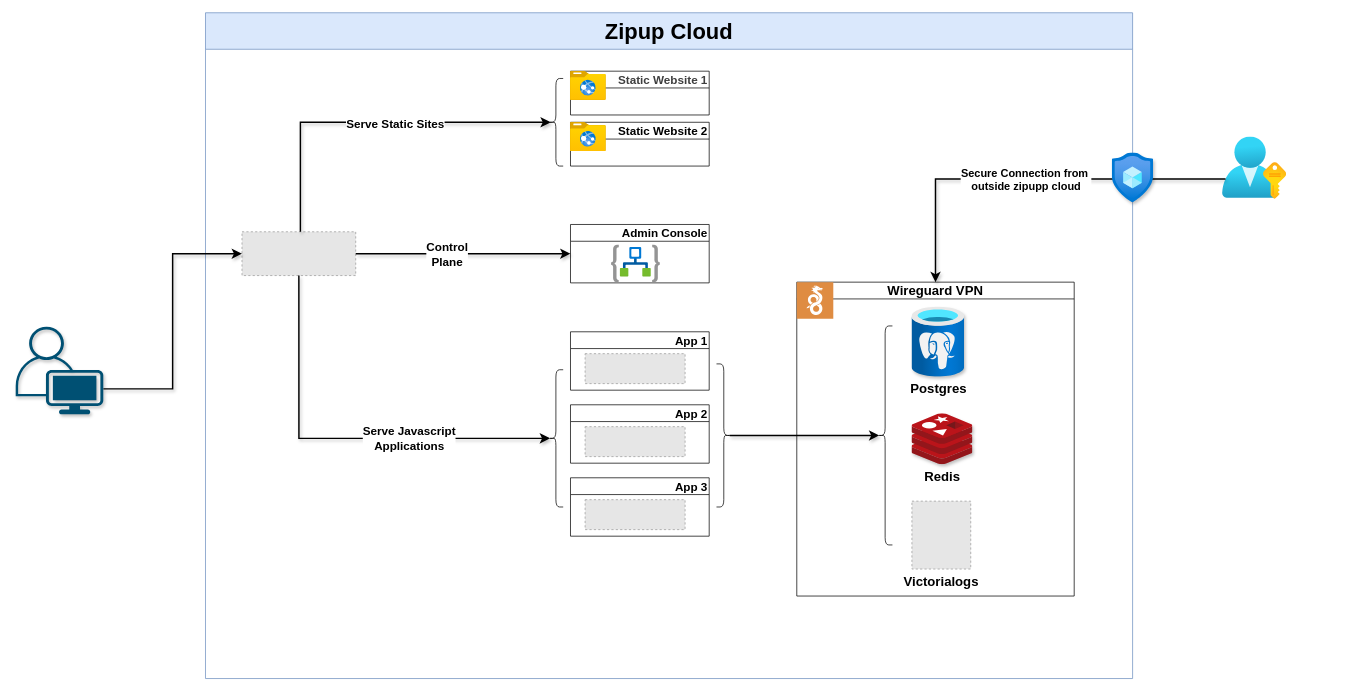
Earlier version of the draw.io diagram docs/zipup.dio (ankitaabad/zipup). Source tidied: cells renumbered, new cells numbered last; positions are measured from the earlier drawing's top-left corner, leaving out a move shared by most shapes. Both pictures are drawn from the tidied source at 73%, with x=0, y=0 at pixel (15, 12). Pictures stored in the file or linked from it are replaced by grey dashed boxes.
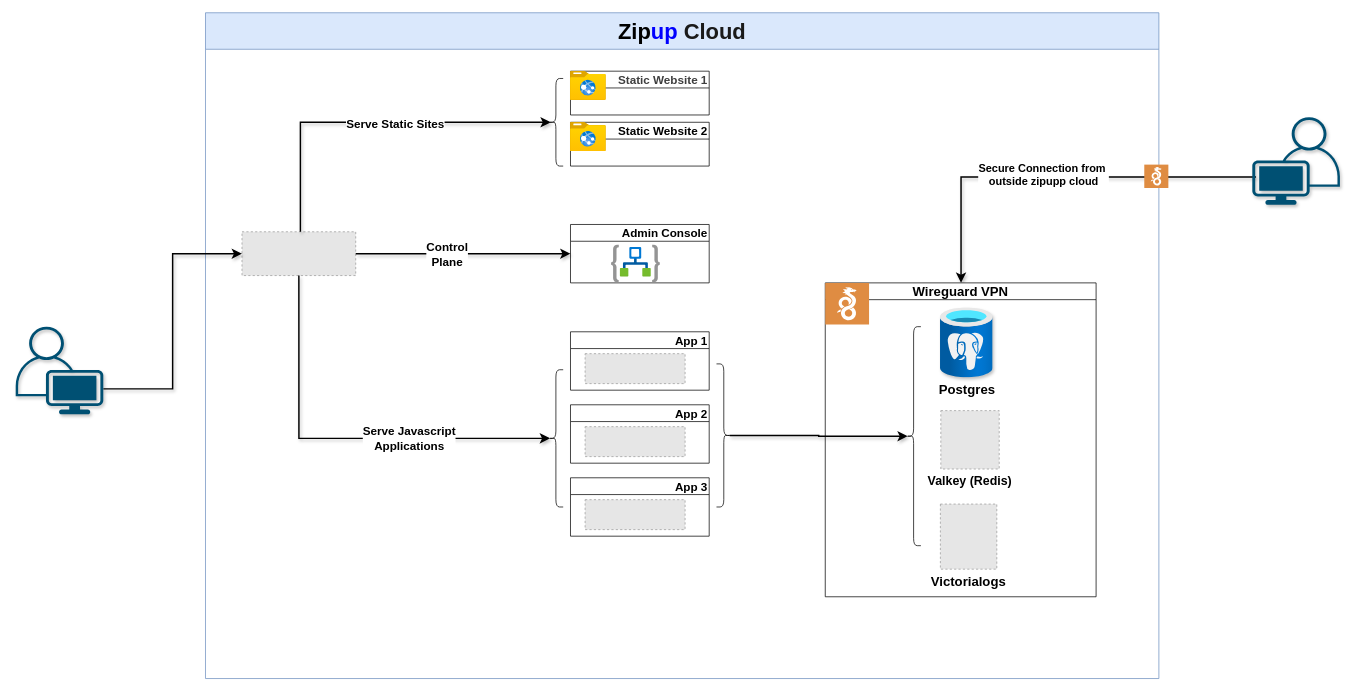
Above is the later version.

Diff of the diagram source:
```diff
@@
+    <mxCell id="39" style="edgeStyle=elbowEdgeStyle;endArrow=classic;html=1;curved=0;rounded=0;endSize=8;startSize=8;elbow=horizontal;shadow=1;strokeColor=default;strokeWidth=2;align=center;verticalAlign=middle;fontFamily=Helvetica;fontSize=11;fontColor=default;labelBackgroundColor=default;flowAnimation=1;entryX=0.5;entryY=0;entryDx=0;entryDy=0;" parent="1" edge="1" target="3">
+      <mxGeometry relative="1" as="geometry">
+        <mxPoint x="1699" y="225" as="sourcePoint" />
+        <Array as="points">
+          <mxPoint x="1295" y="286" />
+        </Array>
+      </mxGeometry>
+    </mxCell>
+    <mxCell id="40" value="Secure Connection from&amp;nbsp;&lt;div&gt;outside zipupp cloud&lt;/div&gt;" style="edgeLabel;html=1;align=center;verticalAlign=middle;rounded=0;shadow=1;strokeColor=default;strokeWidth=2;fontFamily=Helvetica;fontSize=15;fontColor=default;labelBackgroundColor=default;fontStyle=1;" parent="39" vertex="1">
+      <mxGeometry y="-1" relative="1" as="geometry">
+        <mxPoint x="-17" y="-3" as="offset" />
+      </mxGeometry>
+    </mxCell>
-    <mxCell id="2" value="&lt;font style=&quot;font-size: 30px;&quot;&gt;Zipup Cloud&lt;/font&gt;" style="swimlane;whiteSpace=wrap;html=1;startSize=50;fillColor=#dae8fc;strokeColor=#6c8ebf;" parent="1" vertex="1">
-      <mxGeometry x="260" width="1270" height="912" as="geometry" />
+    <mxCell id="2" value="&lt;font style=&quot;font-size: 30px;&quot;&gt;Zip&lt;font style=&quot;color: rgb(0, 0, 255);&quot;&gt;up&lt;/font&gt; &lt;font style=&quot;color: rgb(26, 26, 26);&quot;&gt;Cloud&lt;/font&gt;&lt;/font&gt;" style="swimlane;whiteSpace=wrap;html=1;startSize=50;fillColor=#dae8fc;strokeColor=#6c8ebf;" parent="1" vertex="1">
+      <mxGeometry x="260" width="1306" height="912" as="geometry" />
     </mxCell>
     <mxCell id="3" value="&lt;font&gt;Wireguard VPN&lt;/font&gt;" style="swimlane;whiteSpace=wrap;html=1;fontSize=18;" parent="2" vertex="1">
-      <mxGeometry x="810" y="369" width="380" height="430" as="geometry" />
+      <mxGeometry x="849" y="370" width="371" height="430" as="geometry" />
     </mxCell>
     <mxCell id="4" style="sketch=0;shadow=0;dashed=0;html=1;strokeColor=none;fillColor=#DF8C42;labelPosition=center;verticalLabelPosition=bottom;verticalAlign=top;align=center;shape=mxgraph.veeam2.wireguard;" parent="3" vertex="1">
-      <mxGeometry width="50" height="50" as="geometry" />
+      <mxGeometry width="60" height="57" as="geometry" />
     </mxCell>
@@
-    <mxCell id="6" value="&lt;font style=&quot;font-size: 18px;&quot;&gt;&lt;b style=&quot;&quot;&gt;Redis&lt;/b&gt;&lt;/font&gt;" style="image;sketch=0;html=1;align=center;fontSize=12;image=img/lib/mscae/Cache_Redis_Product.svg;shadow=1;" parent="3" vertex="1">
-      <mxGeometry x="157.7" y="180" width="83.3" height="70" as="geometry" />
-    </mxCell>
@@
     <mxCell id="8" value="Victorialogs" style="fillColor=#E6E6E6;strokeColor=#999999;dashed=1;verticalLabelPosition=bottom;labelBackgroundColor=default;verticalAlign=top;fontSize=18;fontStyle=1;" parent="3" vertex="1">
-      <mxGeometry x="157.7" y="300" width="80.6" height="93" as="geometry" />
+      <mxGeometry x="157.7" y="303" width="77.3" height="89.2" as="geometry" />
     </mxCell>
+    <mxCell id="42" value="Valkey (Redis)" style="fillColor=#E6E6E6;strokeColor=#999999;dashed=1;verticalLabelPosition=bottom;labelBackgroundColor=default;verticalAlign=top;fontStyle=1;fontSize=17;" parent="3" vertex="1">
+      <mxGeometry x="158.3" y="175" width="80" height="80" as="geometry" />
+    </mxCell>
@@
-    <mxCell id="36" style="image;html=1;points=[];align=center;fontSize=12;image=img/lib/azure2/azure_stack/User_Subscriptions.svg;" parent="1" vertex="1">
-      <mxGeometry x="1653" y="170" width="88" height="85.4" as="geometry" />
-    </mxCell>
+    <mxCell id="43" style="sketch=0;shadow=0;dashed=0;html=1;strokeColor=none;fillColor=#DF8C42;labelPosition=center;verticalLabelPosition=bottom;verticalAlign=top;align=center;shape=mxgraph.veeam2.wireguard;" parent="2" vertex="1">
+      <mxGeometry x="1286" y="208" width="33" height="32" as="geometry" />
+    </mxCell>
@@
-    <mxCell id="39" style="edgeStyle=elbowEdgeStyle;endArrow=classic;html=1;curved=0;rounded=0;endSize=8;startSize=8;elbow=horizontal;exitX=0.049;exitY=0.677;exitDx=0;exitDy=0;exitPerimeter=0;shadow=1;strokeColor=default;strokeWidth=2;align=center;verticalAlign=middle;fontFamily=Helvetica;fontSize=11;fontColor=default;labelBackgroundColor=default;flowAnimation=1;entryX=0.5;entryY=0;entryDx=0;entryDy=0;" parent="1" edge="1" source="36" target="3">
-      <mxGeometry relative="1" as="geometry">
-        <Array as="points">
-          <mxPoint x="1260" y="280" />
-        </Array>
-      </mxGeometry>
-    </mxCell>
-    <mxCell id="40" value="Secure Connection from&amp;nbsp;&lt;div&gt;outside zipupp cloud&lt;/div&gt;" style="edgeLabel;html=1;align=center;verticalAlign=middle;rounded=0;shadow=1;strokeColor=default;strokeWidth=2;fontFamily=Helvetica;fontSize=15;fontColor=default;labelBackgroundColor=default;fontStyle=1;" parent="39" vertex="1">
-      <mxGeometry y="-1" relative="1" as="geometry">
-        <mxPoint x="-5" y="1" as="offset" />
-      </mxGeometry>
-    </mxCell>
-    <mxCell id="41" style="image;html=1;align=center;fontSize=12;image=img/lib/azure2/other/Resource_Guard.svg;fontFamily=Helvetica;fontColor=default;labelBackgroundColor=default;shadow=1;" parent="1" vertex="1">
-      <mxGeometry x="1502" y="192" width="56.6" height="68" as="geometry" />
-    </mxCell>
+    <mxCell id="44" style="verticalLabelPosition=bottom;sketch=0;html=1;verticalAlign=top;align=center;shape=mxgraph.cisco19.user;fillColor=#005073;strokeColor=none;fontFamily=Helvetica;fontSize=11;fontColor=default;labelBackgroundColor=default;shadow=1;flipH=1;" parent="1" vertex="1">
+      <mxGeometry x="1694" y="143" width="120" height="120" as="geometry" />
+    </mxCell>
```
